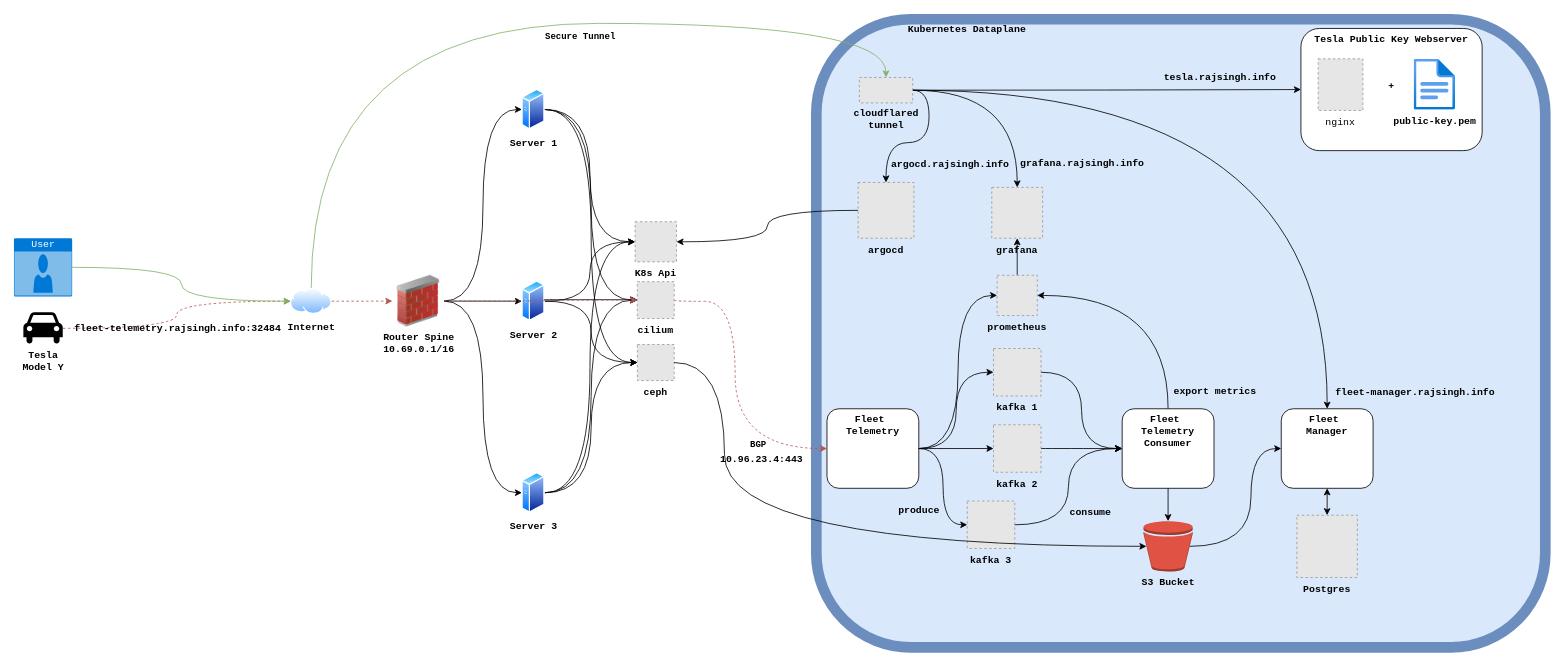
Above: page "Tesla Infrastructure" (2 of 3) of infrastructure.drawio in rajsinghtech/kubernetes-manifests (draw.io), before the change. Source tidied: cells renumbered, new cells numbered last; positions are measured from the earlier drawing's top-left corner, leaving out a move shared by most shapes. Both pictures are drawn from the tidied source at 82%, with x=0, y=0 at pixel (14, 17). Pictures stored in the file or linked from it are replaced by grey dashed boxes.
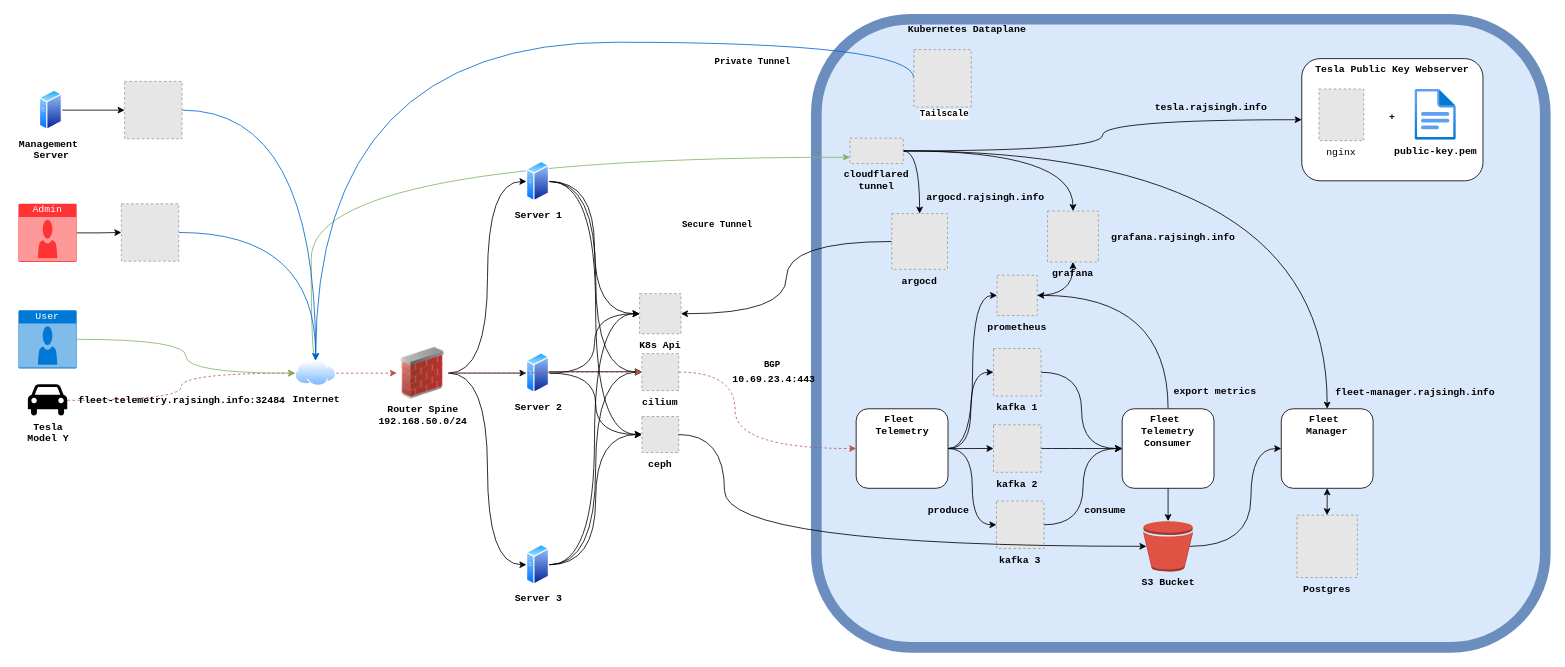
The same diagram, later.

Unchanged cells that the change refers to:
```xml
<mxCell id="28" style="edgeStyle=orthogonalEdgeStyle;curved=1;rounded=0;jettySize=auto;html=1;exitX=1;exitY=0.5;exitDx=0;exitDy=0;labelBackgroundColor=none;fontFamily=Courier New;fontStyle=1;fontColor=#000000;" parent="1" edge="1" source="35" target="36">
  <mxGeometry relative="1" as="geometry" />
</mxCell>
<mxCell id="30" style="edgeStyle=orthogonalEdgeStyle;curved=1;rounded=0;jettySize=auto;html=1;exitX=1;exitY=0.5;exitDx=0;exitDy=0;fontFamily=Courier New;fontSize=12;fontColor=#000000;fontStyle=1;labelBackgroundColor=none;" parent="1" edge="1" source="35" target="39">
  <mxGeometry relative="1" as="geometry" />
</mxCell>
<mxCell id="50" value="Fleet&amp;nbsp;&lt;div&gt;Telemetry&lt;br&gt;&lt;br&gt;&lt;div&gt;&lt;br&gt;&lt;/div&gt;&lt;/div&gt;" style="rounded=1;whiteSpace=wrap;html=1;strokeColor=default;align=center;verticalAlign=top;fontFamily=Courier New;fontSize=12;fontColor=#000000;fontStyle=1;labelBackgroundColor=none;fillColor=default;" parent="47" vertex="1">
  <mxGeometry width="112" height="97" as="geometry" />
</mxCell>
<mxCell id="67" value="S3 Bucket" style="outlineConnect=0;dashed=0;verticalLabelPosition=bottom;verticalAlign=top;align=center;html=1;shape=mxgraph.aws3.bucket;fillColor=#E05243;gradientColor=none;strokeColor=default;fontFamily=Courier New;fontSize=12;fontColor=#000000;fontStyle=1;labelBackgroundColor=none;" parent="1" vertex="1">
  <mxGeometry x="1377" y="614" width="60" height="61.5" as="geometry" />
</mxCell>
```

The edit, as a diff of the source:
```diff
@@
     <mxCell id="6" value="Server 3" style="image;perimeter=ellipsePerimeter;html=1;align=center;shadow=0;dashed=0;spacingTop=3;image=img/lib/active_directory/generic_server.svg;labelBackgroundColor=none;fontFamily=Courier New;fontStyle=1;fontColor=#000000;" parent="1" vertex="1">
-      <mxGeometry x="619" y="554.4" width="28" height="50" as="geometry" />
+      <mxGeometry x="624.5" y="642.2" width="28" height="50" as="geometry" />
     </mxCell>
@@
     <mxCell id="9" style="edgeStyle=orthogonalEdgeStyle;curved=1;rounded=0;jettySize=auto;html=1;exitX=1;exitY=0.5;exitDx=0;exitDy=0;entryX=0;entryY=0.5;entryDx=0;entryDy=0;fontFamily=Courier New;fontSize=12;fontColor=#000000;fontStyle=1;labelBackgroundColor=none;dashed=1;fillColor=#f8cecc;strokeColor=#b85450;" parent="1" edge="1" source="74" target="50">
       <mxGeometry relative="1" as="geometry">
         <Array as="points">
-          <mxPoint x="879" y="346" />
-          <mxPoint x="879" y="526" />
+          <mxPoint x="879" y="432" />
+          <mxPoint x="879" y="525" />
         </Array>
       </mxGeometry>
     </mxCell>
-    <mxCell id="10" value="10.96.23.4:443" style="edgeLabel;html=1;align=center;verticalAlign=middle;strokeColor=default;fontFamily=Courier New;fontSize=12;fontColor=#000000;fontStyle=1;labelBackgroundColor=none;fillColor=default;" parent="9" vertex="1">
+    <mxCell id="10" value="10.69.23.4:443" style="edgeLabel;html=1;align=center;verticalAlign=middle;strokeColor=default;fontFamily=Courier New;fontSize=12;fontColor=#000000;fontStyle=1;labelBackgroundColor=none;fillColor=default;" parent="9" vertex="1">
       <mxGeometry x="0.72" y="2" relative="1" as="geometry">
-        <mxPoint x="-29" y="15" as="offset" />
+        <mxPoint x="-58" y="-82" as="offset" />
       </mxGeometry>
     </mxCell>
     <mxCell id="11" value="BGP" style="edgeLabel;html=1;align=center;verticalAlign=middle;fontFamily=Courier New;fontStyle=1;" parent="9" vertex="1">
       <mxGeometry x="0.69" y="4" relative="1" as="geometry">
-        <mxPoint x="-27" y="-1" as="offset" />
+        <mxPoint x="-56" y="-98" as="offset" />
       </mxGeometry>
     </mxCell>
-    <mxCell id="12" value="&lt;span id=&quot;docs-internal-guid-129c1558-7fff-5c4c-1586-b6c74b162c59&quot;&gt;&lt;p style=&quot;line-height:1.2;margin-top:0pt;margin-bottom:0pt;&quot; dir=&quot;ltr&quot;&gt;&lt;span style=&quot;font-size: 9pt; font-variant-numeric: normal; font-variant-east-asian: normal; font-variant-alternates: normal; font-variant-position: normal; vertical-align: baseline; white-space: pre-wrap;&quot;&gt;Router Spine&lt;/span&gt;&lt;span style=&quot;font-size: 9pt; font-variant-numeric: normal; font-variant-east-asian: normal; font-variant-alternates: normal; font-variant-position: normal; vertical-align: baseline; white-space: pre-wrap;&quot;&gt;&lt;br&gt;&lt;/span&gt;&lt;span style=&quot;font-size: 9pt; font-variant-numeric: normal; font-variant-east-asian: normal; font-variant-alternates: normal; font-variant-position: normal; vertical-align: baseline; white-space: pre-wrap;&quot;&gt;10.69.0.1/16&lt;/span&gt;&lt;/p&gt;&lt;div&gt;&lt;span style=&quot;font-size: 9pt; font-variant-numeric: normal; font-variant-east-asian: normal; font-variant-alternates: normal; font-variant-position: normal; vertical-align: baseline; white-space: pre-wrap;&quot;&gt;&lt;br&gt;&lt;/span&gt;&lt;/div&gt;&lt;/span&gt;" style="image;html=1;image=img/lib/clip_art/networking/Firewall_02_128x128.png;labelBackgroundColor=none;fontFamily=Courier New;fontStyle=1;fontColor=#000000;" parent="1" vertex="1">
-      <mxGeometry x="461" y="314.2" width="63" height="63" as="geometry" />
+    <mxCell id="12" value="&lt;span id=&quot;docs-internal-guid-129c1558-7fff-5c4c-1586-b6c74b162c59&quot;&gt;&lt;p style=&quot;line-height:1.2;margin-top:0pt;margin-bottom:0pt;&quot; dir=&quot;ltr&quot;&gt;&lt;span style=&quot;font-size: 9pt; font-variant-numeric: normal; font-variant-east-asian: normal; font-variant-alternates: normal; font-variant-position: normal; vertical-align: baseline; white-space: pre-wrap;&quot;&gt;Router Spine&lt;/span&gt;&lt;span style=&quot;font-size: 9pt; font-variant-numeric: normal; font-variant-east-asian: normal; font-variant-alternates: normal; font-variant-position: normal; vertical-align: baseline; white-space: pre-wrap;&quot;&gt;&lt;br&gt;&lt;/span&gt;&lt;span style=&quot;font-size: 9pt; font-variant-numeric: normal; font-variant-east-asian: normal; font-variant-alternates: normal; font-variant-position: normal; vertical-align: baseline; white-space: pre-wrap;&quot;&gt;192.168.50.0/24&lt;/span&gt;&lt;/p&gt;&lt;div&gt;&lt;span style=&quot;font-size: 9pt; font-variant-numeric: normal; font-variant-east-asian: normal; font-variant-alternates: normal; font-variant-position: normal; vertical-align: baseline; white-space: pre-wrap;&quot;&gt;&lt;br&gt;&lt;/span&gt;&lt;/div&gt;&lt;/span&gt;" style="image;html=1;image=img/lib/clip_art/networking/Firewall_02_128x128.png;labelBackgroundColor=none;fontFamily=Courier New;fontStyle=1;fontColor=#000000;" parent="1" vertex="1">
+      <mxGeometry x="466.5" y="402" width="63" height="63" as="geometry" />
     </mxCell>
@@
-    <mxCell id="14" style="edgeStyle=orthogonalEdgeStyle;curved=1;rounded=0;jettySize=auto;html=1;exitX=0.5;exitY=0;exitDx=0;exitDy=0;labelBackgroundColor=none;fontFamily=Courier New;fontStyle=1;fontColor=#000000;fillColor=#d5e8d4;strokeColor=#82b366;" parent="1" edge="1" source="16" target="35">
+    <mxCell id="14" style="edgeStyle=orthogonalEdgeStyle;curved=1;rounded=0;jettySize=auto;html=1;exitX=0.5;exitY=0;exitDx=0;exitDy=0;labelBackgroundColor=none;fontFamily=Courier New;fontStyle=1;fontColor=#000000;fillColor=#d5e8d4;strokeColor=#82b366;entryX=0;entryY=0.75;entryDx=0;entryDy=0;" parent="1" edge="1" source="16" target="35">
       <mxGeometry relative="1" as="geometry">
         <Array as="points">
-          <mxPoint x="362" y="7" />
-          <mxPoint x="1063" y="7" />
+          <mxPoint x="362" y="418" />
+          <mxPoint x="362" y="170" />
         </Array>
       </mxGeometry>
     </mxCell>
     <mxCell id="15" value="Secure Tunnel" style="edgeLabel;html=1;align=center;verticalAlign=middle;fontFamily=Courier New;fontStyle=1;fontColor=#000000;" parent="14" vertex="1">
       <mxGeometry x="0.19" y="-2" relative="1" as="geometry">
-        <mxPoint x="1" y="13" as="offset" />
+        <mxPoint x="206" y="80" as="offset" />
       </mxGeometry>
     </mxCell>
     <mxCell id="16" value="&lt;span style=&quot;white-space: pre-wrap;&quot; id=&quot;docs-internal-guid-129c1558-7fff-5c4c-1586-b6c74b162c59&quot;&gt;&lt;p style=&quot;line-height:1.2;margin-top:0pt;margin-bottom:0pt;&quot; dir=&quot;ltr&quot;&gt;&lt;font&gt;Internet&lt;/font&gt;&lt;/p&gt;&lt;/span&gt;" style="image;perimeter=ellipsePerimeter;html=1;align=center;shadow=0;dashed=0;spacingTop=3;image=img/lib/active_directory/internet_cloud.svg;labelBackgroundColor=none;fontStyle=1;fontColor=#000000;fontFamily=Courier New;" parent="1" vertex="1">
-      <mxGeometry x="337" y="330" width="50" height="31.5" as="geometry" />
+      <mxGeometry x="342.5" y="417.8" width="50" height="31.5" as="geometry" />
     </mxCell>
@@
     <mxCell id="18" value="Server 1" style="image;perimeter=ellipsePerimeter;html=1;align=center;shadow=0;dashed=0;spacingTop=3;image=img/lib/active_directory/generic_server.svg;labelBackgroundColor=none;fontFamily=Courier New;fontStyle=1;fontColor=#000000;" parent="1" vertex="1">
-      <mxGeometry x="619" y="87" width="28" height="50" as="geometry" />
+      <mxGeometry x="624.5" y="174.8" width="28" height="50" as="geometry" />
     </mxCell>
@@
     <mxCell id="20" value="Server 2" style="image;perimeter=ellipsePerimeter;html=1;align=center;shadow=0;dashed=0;spacingTop=3;image=img/lib/active_directory/generic_server.svg;labelBackgroundColor=none;fontFamily=Courier New;fontStyle=1;fontColor=#000000;" parent="1" vertex="1">
-      <mxGeometry x="619" y="320.8" width="28" height="50" as="geometry" />
+      <mxGeometry x="624.5" y="408.5" width="28" height="50" as="geometry" />
     </mxCell>
@@
     <mxCell id="24" value="K8s Api" style="fillColor=#E6E6E6;strokeColor=#999999;dashed=1;verticalLabelPosition=bottom;labelBackgroundColor=none;verticalAlign=top;fontFamily=Courier New;fontStyle=1;fontColor=#000000;" parent="1" vertex="1">
-      <mxGeometry x="757" y="248.9" width="50.5" height="49" as="geometry" />
+      <mxGeometry x="762.5" y="336.6" width="50.5" height="49" as="geometry" />
     </mxCell>
     <mxCell id="25" value="ceph" style="fillColor=#E6E6E6;strokeColor=#999999;dashed=1;verticalLabelPosition=bottom;labelBackgroundColor=none;verticalAlign=top;fontFamily=Courier New;fontStyle=1;fontColor=#000000;" parent="1" vertex="1">
-      <mxGeometry x="759.8" y="398.6" width="44.9" height="44" as="geometry" />
+      <mxGeometry x="765.3" y="486.4" width="44.9" height="44" as="geometry" />
     </mxCell>
@@
     <mxCell id="29" value="grafana.rajsingh.info" style="edgeLabel;html=1;align=center;verticalAlign=middle;strokeColor=default;fontFamily=Courier New;fontSize=12;fontColor=#000000;fontStyle=1;labelBackgroundColor=none;fillColor=default;" parent="28" vertex="1">
       <mxGeometry x="0.8" relative="1" as="geometry">
-        <mxPoint x="78" y="-5" as="offset" />
+        <mxPoint x="121" y="61" as="offset" />
       </mxGeometry>
     </mxCell>
@@
     <mxCell id="31" value="argocd.rajsingh.info" style="edgeLabel;html=1;align=center;verticalAlign=middle;strokeColor=default;fontFamily=Courier New;fontSize=12;fontColor=#000000;fontStyle=1;labelBackgroundColor=none;fillColor=default;" parent="30" vertex="1">
       <mxGeometry x="0.32" y="-1" relative="1" as="geometry">
-        <mxPoint x="63" y="28" as="offset" />
+        <mxPoint x="80" y="13" as="offset" />
       </mxGeometry>
     </mxCell>
@@
     <mxCell id="35" value="cloudflared tunnel&#10;" style="fillColor=#E6E6E6;strokeColor=#999999;dashed=1;verticalLabelPosition=bottom;labelBackgroundColor=none;verticalAlign=top;whiteSpace=wrap;fontFamily=Courier New;fontStyle=1;fontColor=#000000;" parent="1" vertex="1">
-      <mxGeometry x="1030.5" y="73" width="65" height="31" as="geometry" />
+      <mxGeometry x="1019" y="147" width="65" height="31" as="geometry" />
     </mxCell>
     <mxCell id="36" value="grafana" style="fillColor=#E6E6E6;strokeColor=#999999;dashed=1;verticalLabelPosition=bottom;labelBackgroundColor=none;verticalAlign=top;fontFamily=Courier New;fontStyle=1;fontColor=#000000;" parent="1" vertex="1">
-      <mxGeometry x="1192" y="207" width="62" height="62" as="geometry" />
+      <mxGeometry x="1260" y="235.9" width="62" height="62" as="geometry" />
     </mxCell>
@@
     <mxCell id="39" value="argocd" style="fillColor=#E6E6E6;strokeColor=#999999;dashed=1;verticalLabelPosition=bottom;labelBackgroundColor=none;verticalAlign=top;fontFamily=Courier New;fontStyle=1;" parent="1" vertex="1">
-      <mxGeometry x="1029" y="201" width="68" height="68" as="geometry" />
+      <mxGeometry x="1070" y="239" width="68" height="68" as="geometry" />
     </mxCell>
     <mxCell id="40" style="group;fontFamily=Courier New;" parent="1" vertex="1">
-      <mxGeometry x="1569" y="13.2" width="221" height="149" as="geometry" />
+      <mxGeometry x="1570" y="50" width="221" height="149" as="geometry" />
     </mxCell>
@@
     <mxCell id="46" value="Tesla&lt;div&gt;Model Y&lt;/div&gt;" style="shape=mxgraph.signs.transportation.car_4;html=1;fillColor=#000000;strokeColor=none;verticalLabelPosition=bottom;verticalAlign=top;align=center;fontFamily=Courier New;fontSize=12;fontColor=#000000;fontStyle=1;labelBackgroundColor=none;" parent="1" vertex="1">
-      <mxGeometry x="11" y="359.2" width="48" height="39.4" as="geometry" />
+      <mxGeometry x="16.5" y="447" width="48" height="39.4" as="geometry" />
     </mxCell>
     <mxCell id="47" style="group;fontFamily=Courier New;" parent="1" vertex="1">
-      <mxGeometry x="991" y="477" width="233.4" height="175.9" as="geometry" />
+      <mxGeometry x="1026.6" y="477" width="233.4" height="175.9" as="geometry" />
     </mxCell>
@@
     <mxCell id="71" style="edgeStyle=orthogonalEdgeStyle;curved=1;rounded=0;jettySize=auto;html=1;labelBackgroundColor=none;fontFamily=Courier New;fontStyle=1;fontColor=#000000;" parent="1" edge="1" target="74">
       <mxGeometry relative="1" as="geometry">
-        <mxPoint x="646" y="344" as="sourcePoint" />
+        <mxPoint x="651.5" y="431.8" as="sourcePoint" />
       </mxGeometry>
     </mxCell>
@@
     <mxCell id="74" value="cilium" style="fillColor=#E6E6E6;strokeColor=#999999;dashed=1;verticalLabelPosition=bottom;labelBackgroundColor=none;verticalAlign=top;fontFamily=Courier New;fontStyle=1;fontColor=#000000;" parent="1" vertex="1">
-      <mxGeometry x="759.7" y="322" width="45" height="45" as="geometry" />
+      <mxGeometry x="765.2" y="409.8" width="45" height="45" as="geometry" />
     </mxCell>
     <mxCell id="75" style="edgeStyle=orthogonalEdgeStyle;rounded=0;jettySize=auto;html=1;exitX=1;exitY=0.5;exitDx=0;exitDy=0;curved=1;entryX=0.06;entryY=0.5;entryDx=0;entryDy=0;entryPerimeter=0;fontFamily=Courier New;" parent="1" edge="1" source="25" target="67">
       <mxGeometry relative="1" as="geometry">
         <Array as="points">
-          <mxPoint x="866" y="421" />
+          <mxPoint x="866" y="508" />
           <mxPoint x="866" y="645" />
         </Array>
       </mxGeometry>
     </mxCell>
@@
     <mxCell id="77" value="User" style="html=1;whiteSpace=wrap;strokeColor=none;fillColor=#0079D6;labelPosition=center;verticalLabelPosition=middle;verticalAlign=top;align=center;fontSize=12;outlineConnect=0;spacingTop=-6;fontColor=#FFFFFF;sketch=0;shape=mxgraph.sitemap.user;fontFamily=Courier New;" parent="1" vertex="1">
-      <mxGeometry x="-0.5" y="269" width="71" height="71" as="geometry" />
+      <mxGeometry x="5" y="356.8" width="71" height="71" as="geometry" />
     </mxCell>
@@
+    <mxCell id="79" style="edgeStyle=orthogonalEdgeStyle;rounded=0;jettySize=auto;html=1;" parent="1" edge="1" source="80" target="82">
+      <mxGeometry relative="1" as="geometry" />
+    </mxCell>
+    <mxCell id="80" value="Admin" style="html=1;whiteSpace=wrap;strokeColor=none;fillColor=#FF3333;labelPosition=center;verticalLabelPosition=middle;verticalAlign=top;align=center;fontSize=12;outlineConnect=0;spacingTop=-6;fontColor=#FFFFFF;sketch=0;shape=mxgraph.sitemap.user;fontFamily=Courier New;" parent="1" vertex="1">
+      <mxGeometry x="5" y="227" width="71" height="71" as="geometry" />
+    </mxCell>
+    <mxCell id="81" style="edgeStyle=orthogonalEdgeStyle;rounded=0;jettySize=auto;html=1;curved=1;strokeColor=#0066CC;" parent="1" edge="1" source="82" target="16">
+      <mxGeometry relative="1" as="geometry" />
+    </mxCell>
+    <mxCell id="82" style="fillColor=#E6E6E6;strokeColor=#999999;dashed=1;verticalLabelPosition=bottom;labelBackgroundColor=default;verticalAlign=top;" parent="1" vertex="1">
+      <mxGeometry x="130.5" y="227" width="70" height="70" as="geometry" />
+    </mxCell>
+    <mxCell id="83" style="edgeStyle=orthogonalEdgeStyle;rounded=0;jettySize=auto;html=1;entryX=0.5;entryY=0;entryDx=0;entryDy=0;curved=1;exitX=0;exitY=0.5;exitDx=0;exitDy=0;strokeColor=#0066CC;" parent="1" edge="1" source="84" target="16">
+      <mxGeometry relative="1" as="geometry">
+        <Array as="points">
+          <mxPoint x="1097" y="30" />
+          <mxPoint x="368" y="30" />
+        </Array>
+      </mxGeometry>
+    </mxCell>
+    <mxCell id="84" style="fillColor=#E6E6E6;strokeColor=#999999;dashed=1;verticalLabelPosition=bottom;labelBackgroundColor=default;verticalAlign=top;" parent="1" vertex="1">
+      <mxGeometry x="1097" y="39" width="70" height="70" as="geometry" />
+    </mxCell>
+    <mxCell id="85" value="Private Tunnel" style="edgeLabel;html=1;align=center;verticalAlign=middle;fontFamily=Courier New;fontStyle=1;fontColor=#000000;" parent="1" vertex="1">
+      <mxGeometry x="899" y="53" as="geometry" />
+    </mxCell>
+    <mxCell id="86" value="Tailscale" style="edgeLabel;html=1;align=center;verticalAlign=middle;fontFamily=Courier New;fontStyle=1;" parent="1" vertex="1">
+      <mxGeometry x="929" y="334" as="geometry">
+        <mxPoint x="204" y="-217" as="offset" />
+      </mxGeometry>
+    </mxCell>
+    <mxCell id="87" style="edgeStyle=orthogonalEdgeStyle;rounded=0;jettySize=auto;html=1;" parent="1" edge="1" source="88" target="90">
+      <mxGeometry relative="1" as="geometry" />
+    </mxCell>
+    <mxCell id="88" value="Management&amp;nbsp;&lt;br&gt;Server" style="image;perimeter=ellipsePerimeter;html=1;align=center;shadow=0;dashed=0;spacingTop=3;image=img/lib/active_directory/generic_server.svg;labelBackgroundColor=none;fontFamily=Courier New;fontStyle=1;fontColor=#000000;" parent="1" vertex="1">
+      <mxGeometry x="30.5" y="87.8" width="28" height="50" as="geometry" />
+    </mxCell>
+    <mxCell id="89" style="edgeStyle=orthogonalEdgeStyle;rounded=0;jettySize=auto;html=1;entryX=0.5;entryY=0;entryDx=0;entryDy=0;curved=1;strokeColor=#0066CC;" parent="1" edge="1" source="90" target="16">
+      <mxGeometry relative="1" as="geometry" />
+    </mxCell>
+    <mxCell id="90" style="fillColor=#E6E6E6;strokeColor=#999999;dashed=1;verticalLabelPosition=bottom;labelBackgroundColor=default;verticalAlign=top;" parent="1" vertex="1">
+      <mxGeometry x="134.5" y="77.8" width="70" height="70" as="geometry" />
+    </mxCell>
```
